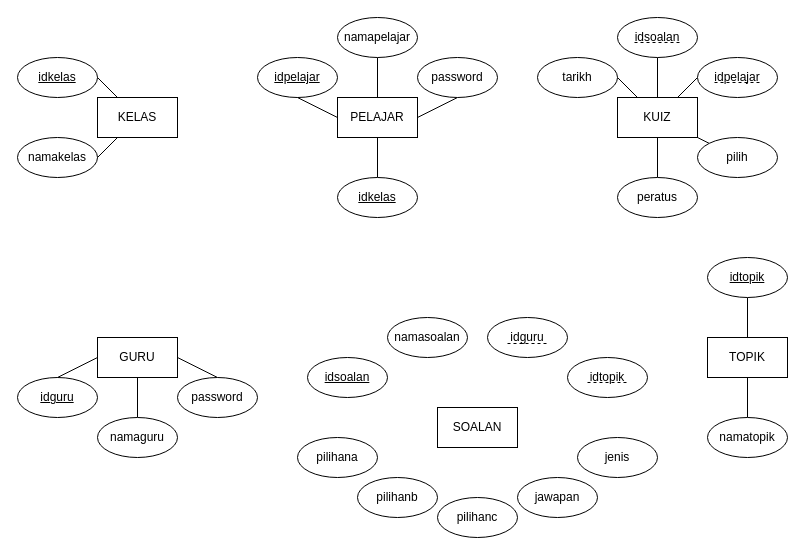
The draw.io diagram graphs/skkerjakursusshit2021 erd.drawio in halouthere233/skkerjakursus2021private, before the edit. Source tidied: cells renumbered, new cells numbered last; positions are measured from the earlier drawing's top-left corner, leaving out a move shared by most shapes. Both pictures are drawn from the tidied source at 100%, with x=0, y=0 at pixel (17, 17).
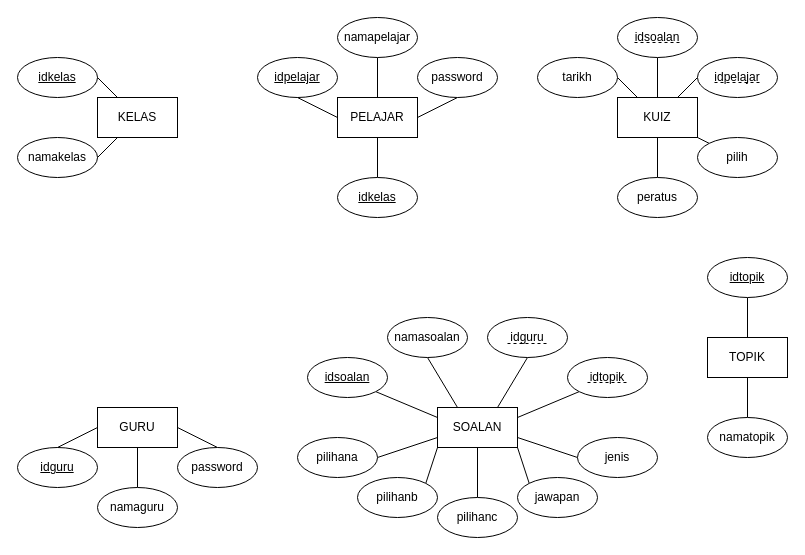
The same page after the edit.

Unchanged cells that the change refers to:
```xml
<mxCell id="38" value="SOALAN" style="rounded=0;whiteSpace=wrap;html=1;" parent="1" vertex="1">
  <mxGeometry x="420" y="390" width="80" height="40" as="geometry" />
</mxCell>
<mxCell id="39" value="idsoalan" style="ellipse;whiteSpace=wrap;html=1;fontStyle=4;" parent="1" vertex="1">
  <mxGeometry x="290" y="340" width="80" height="40" as="geometry" />
</mxCell>
<mxCell id="40" value="namasoalan" style="ellipse;whiteSpace=wrap;html=1;" parent="1" vertex="1">
  <mxGeometry x="370" y="300" width="80" height="40" as="geometry" />
</mxCell>
<mxCell id="42" value="jenis" style="ellipse;whiteSpace=wrap;html=1;" parent="1" vertex="1">
  <mxGeometry x="560" y="420" width="80" height="40" as="geometry" />
</mxCell>
<mxCell id="43" value="jawapan" style="ellipse;whiteSpace=wrap;html=1;" parent="1" vertex="1">
  <mxGeometry x="500" y="460" width="80" height="40" as="geometry" />
</mxCell>
<mxCell id="44" value="pilihanc" style="ellipse;whiteSpace=wrap;html=1;" parent="1" vertex="1">
  <mxGeometry x="420" y="480" width="80" height="40" as="geometry" />
</mxCell>
<mxCell id="45" value="pilihanb" style="ellipse;whiteSpace=wrap;html=1;" parent="1" vertex="1">
  <mxGeometry x="340" y="460" width="80" height="40" as="geometry" />
</mxCell>
<mxCell id="46" value="pilihana" style="ellipse;whiteSpace=wrap;html=1;" parent="1" vertex="1">
  <mxGeometry x="280" y="420" width="80" height="40" as="geometry" />
</mxCell>
```

Diff of the diagram source:
```diff
@@
     <mxCell id="9" value="GURU" style="rounded=0;whiteSpace=wrap;html=1;" parent="1" vertex="1">
-      <mxGeometry x="80" y="320" width="80" height="40" as="geometry" />
+      <mxGeometry x="80" y="390" width="80" height="40" as="geometry" />
     </mxCell>
     <mxCell id="10" value="&lt;u&gt;idguru&lt;/u&gt;" style="ellipse;whiteSpace=wrap;html=1;" parent="1" vertex="1">
-      <mxGeometry y="360" width="80" height="40" as="geometry" />
+      <mxGeometry y="430" width="80" height="40" as="geometry" />
     </mxCell>
@@
     <mxCell id="12" value="namaguru" style="ellipse;whiteSpace=wrap;html=1;" parent="1" vertex="1">
-      <mxGeometry x="80" y="400" width="80" height="40" as="geometry" />
+      <mxGeometry x="80" y="470" width="80" height="40" as="geometry" />
     </mxCell>
     <mxCell id="13" value="password" style="ellipse;whiteSpace=wrap;html=1;" parent="1" vertex="1">
-      <mxGeometry x="160" y="360" width="80" height="40" as="geometry" />
+      <mxGeometry x="160" y="430" width="80" height="40" as="geometry" />
     </mxCell>
@@
+    <mxCell id="55" style="rounded=0;jettySize=auto;html=1;exitX=0.75;exitY=0;exitDx=0;exitDy=0;entryX=0.5;entryY=1;entryDx=0;entryDy=0;endArrow=none;endFill=0;" parent="1" edge="1" source="38" target="47">
+      <mxGeometry relative="1" as="geometry" />
+    </mxCell>
+    <mxCell id="56" style="edgeStyle=none;rounded=0;jettySize=auto;html=1;exitX=1;exitY=0.25;exitDx=0;exitDy=0;entryX=0;entryY=1;entryDx=0;entryDy=0;endArrow=none;endFill=0;" parent="1" edge="1" source="38" target="41">
+      <mxGeometry relative="1" as="geometry" />
+    </mxCell>
+    <mxCell id="57" style="edgeStyle=none;rounded=0;jettySize=auto;html=1;exitX=1;exitY=0.75;exitDx=0;exitDy=0;entryX=0;entryY=0.5;entryDx=0;entryDy=0;endArrow=none;endFill=0;" parent="1" edge="1" source="38" target="42">
+      <mxGeometry relative="1" as="geometry" />
+    </mxCell>
+    <mxCell id="58" style="edgeStyle=none;rounded=0;jettySize=auto;html=1;exitX=1;exitY=1;exitDx=0;exitDy=0;entryX=0;entryY=0;entryDx=0;entryDy=0;endArrow=none;endFill=0;" parent="1" edge="1" source="38" target="43">
+      <mxGeometry relative="1" as="geometry" />
+    </mxCell>
+    <mxCell id="59" style="edgeStyle=none;rounded=0;jettySize=auto;html=1;exitX=0;exitY=1;exitDx=0;exitDy=0;entryX=1;entryY=0;entryDx=0;entryDy=0;endArrow=none;endFill=0;" parent="1" edge="1" source="38" target="45">
+      <mxGeometry relative="1" as="geometry" />
+    </mxCell>
+    <mxCell id="60" style="edgeStyle=none;rounded=0;jettySize=auto;html=1;exitX=0;exitY=0.75;exitDx=0;exitDy=0;entryX=1;entryY=0.5;entryDx=0;entryDy=0;endArrow=none;endFill=0;" parent="1" edge="1" source="38" target="46">
+      <mxGeometry relative="1" as="geometry" />
+    </mxCell>
+    <mxCell id="61" style="edgeStyle=none;rounded=0;jettySize=auto;html=1;exitX=0.5;exitY=1;exitDx=0;exitDy=0;entryX=0.5;entryY=0;entryDx=0;entryDy=0;endArrow=none;endFill=0;" parent="1" edge="1" source="38" target="44">
+      <mxGeometry relative="1" as="geometry" />
+    </mxCell>
+    <mxCell id="62" style="edgeStyle=none;rounded=0;jettySize=auto;html=1;exitX=0;exitY=0.25;exitDx=0;exitDy=0;entryX=1;entryY=1;entryDx=0;entryDy=0;endArrow=none;endFill=0;" parent="1" edge="1" source="38" target="39">
+      <mxGeometry relative="1" as="geometry" />
+    </mxCell>
+    <mxCell id="63" style="edgeStyle=none;rounded=0;jettySize=auto;html=1;exitX=0.25;exitY=0;exitDx=0;exitDy=0;entryX=0.5;entryY=1;entryDx=0;entryDy=0;endArrow=none;endFill=0;" parent="1" edge="1" source="38" target="40">
+      <mxGeometry relative="1" as="geometry" />
+    </mxCell>
@@
-    <mxCell id="41" value="idtopik" style="ellipse;whiteSpace=wrap;html=1;" parent="1" vertex="1">
-      <mxGeometry x="550" y="340" width="80" height="40" as="geometry" />
-    </mxCell>
@@
-    <mxCell id="47" value="idguru" style="ellipse;whiteSpace=wrap;html=1;" parent="1" vertex="1">
-      <mxGeometry x="470" y="300" width="80" height="40" as="geometry" />
-    </mxCell>
-    <mxCell id="48" style="endArrow=none;dashed=1;html=1;rounded=0;" parent="1" edge="1">
-      <mxGeometry relative="1" as="geometry">
-        <mxPoint x="490" y="326" as="sourcePoint" />
-        <mxPoint x="530" y="326" as="targetPoint" />
-      </mxGeometry>
-    </mxCell>
-    <mxCell id="49" style="endArrow=none;dashed=1;html=1;rounded=0;" parent="1" edge="1">
-      <mxGeometry relative="1" as="geometry">
-        <mxPoint x="570" y="365" as="sourcePoint" />
-        <mxPoint x="610" y="365" as="targetPoint" />
-      </mxGeometry>
-    </mxCell>
@@
+    <mxCell id="64" style="group;" parent="1" vertex="1">
+      <mxGeometry x="550" y="340" width="80" height="40" as="geometry" />
+    </mxCell>
+    <mxCell id="41" value="idtopik" style="ellipse;whiteSpace=wrap;html=1;" parent="64" vertex="1">
+      <mxGeometry width="80" height="40" as="geometry" />
+    </mxCell>
+    <mxCell id="49" style="endArrow=none;dashed=1;html=1;rounded=0;" parent="64" edge="1">
+      <mxGeometry relative="1" as="geometry">
+        <mxPoint x="20" y="25" as="sourcePoint" />
+        <mxPoint x="60" y="25" as="targetPoint" />
+      </mxGeometry>
+    </mxCell>
+    <mxCell id="65" style="group;" parent="1" vertex="1">
+      <mxGeometry x="470" y="300" width="80" height="40" as="geometry" />
+    </mxCell>
+    <mxCell id="47" value="idguru" style="ellipse;whiteSpace=wrap;html=1;" parent="65" vertex="1">
+      <mxGeometry width="80" height="40" as="geometry" />
+    </mxCell>
+    <mxCell id="48" style="endArrow=none;dashed=1;html=1;rounded=0;" parent="65" edge="1">
+      <mxGeometry relative="1" as="geometry">
+        <mxPoint x="20" y="26" as="sourcePoint" />
+        <mxPoint x="60" y="26" as="targetPoint" />
+      </mxGeometry>
+    </mxCell>
```
